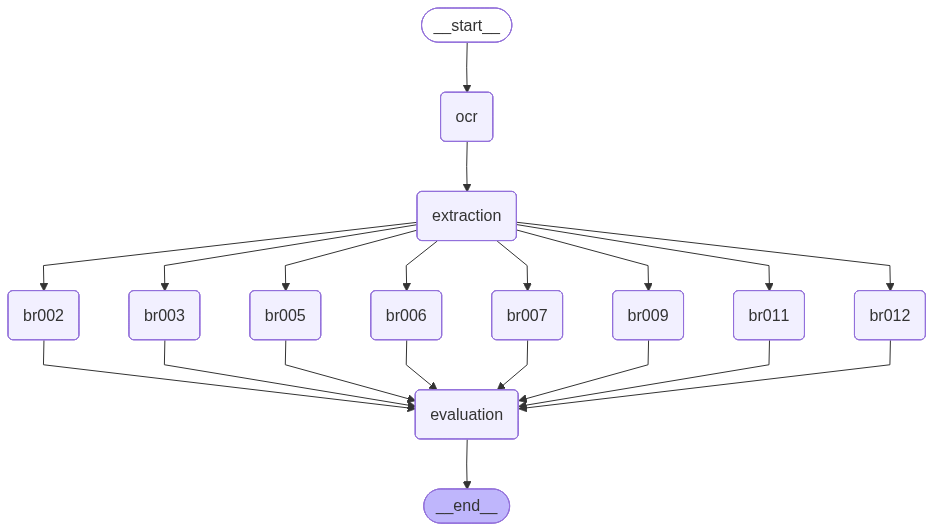
The Mermaid diagram claims_process_graph.png in ishitaakhatri/claims_iq, before a commit. Its source is kept beside it as claims_process_graph.mmd. Its diagram source:
```mermaid
---
config:
  flowchart:
    curve: linear
---
graph TD;
	__start__([<p>__start__</p>]):::first
	ocr(ocr)
	extraction(extraction)
	br002(br002)
	br003(br003)
	br005(br005)
	br009(br009)
	br007(br007)
	br011(br011)
	br006(br006)
	br012(br012)
	evaluation(evaluation)
	__end__([<p>__end__</p>]):::last
	__start__ --> ocr;
	br002 --> evaluation;
	br003 --> evaluation;
	br005 --> evaluation;
	br006 --> evaluation;
	br007 --> evaluation;
	br009 --> evaluation;
	br011 --> evaluation;
	br012 --> evaluation;
	extraction --> br002;
	extraction --> br003;
	extraction --> br005;
	extraction --> br006;
	extraction --> br007;
	extraction --> br009;
	extraction --> br011;
	extraction --> br012;
	ocr --> extraction;
	evaluation --> __end__;
	classDef default fill:#f2f0ff,line-height:1.2
	classDef first fill-opacity:0
	classDef last fill:#bfb6fc
```
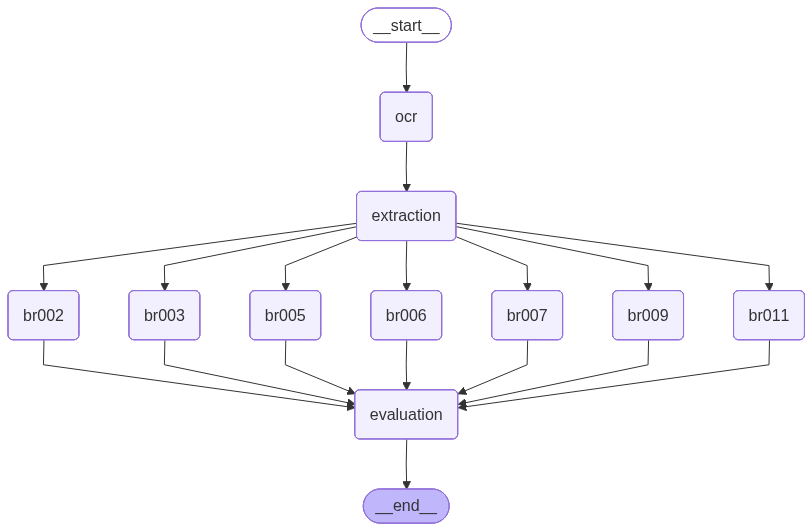
Later version of the same file.

The edit, as a diff of the source:
```diff
@@ -14,7 +14,6 @@
 	br007(br007)
 	br011(br011)
 	br006(br006)
-	br012(br012)
 	evaluation(evaluation)
 	__end__([<p>__end__</p>]):::last
 	__start__ --> ocr;
@@ -25,7 +24,6 @@
 	br007 --> evaluation;
 	br009 --> evaluation;
 	br011 --> evaluation;
-	br012 --> evaluation;
 	extraction --> br002;
 	extraction --> br003;
 	extraction --> br005;
@@ -33,7 +31,6 @@
 	extraction --> br007;
 	extraction --> br009;
 	extraction --> br011;
-	extraction --> br012;
 	ocr --> extraction;
 	evaluation --> __end__;
 	classDef default fill:#f2f0ff,line-height:1.2
```
